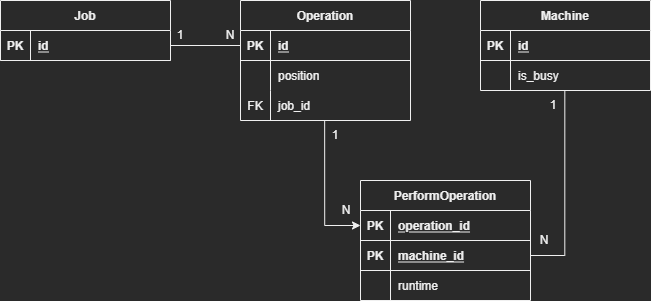
luispereira1999/fjsp keeps this draw.io diagram as docs/er-model.png. Above is the earlier version. Source tidied: cells renumbered, new cells last; positions are measured from the earlier drawing's top-left corner, leaving out a move shared by most shapes.
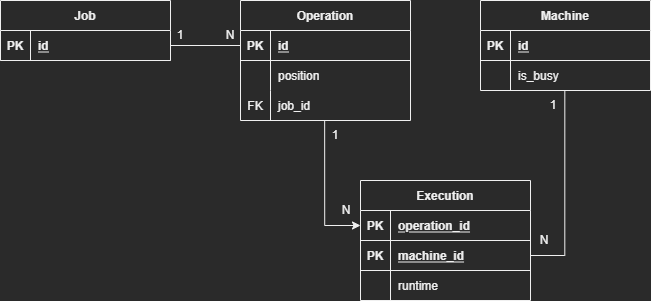
Above is the later version.

Diff of the diagram source:
```diff
@@ -76,7 +76,7 @@
     <mxCell id="25" value="is_busy" style="shape=partialRectangle;fillColor=none;top=0;left=0;bottom=0;right=0;align=left;spacingLeft=6;overflow=hidden;" parent="23" vertex="1">
       <mxGeometry x="30" width="140" height="30" as="geometry" />
     </mxCell>
-    <mxCell id="26" value="PerformOperation" style="shape=table;startSize=30;rowLines=0;fontStyle=1;align=center;" parent="1" vertex="1">
+    <mxCell id="26" value="Execution" style="shape=table;startSize=30;rowLines=0;fontStyle=1;align=center;" parent="1" vertex="1">
       <mxGeometry x="360" y="180" width="170" height="120" as="geometry" />
     </mxCell>
     <mxCell id="27" style="shape=tableRow;horizontal=0;startSize=0;swimlaneHead=0;swimlaneBody=0;fillColor=none;points=[[0,0.5],[1,0.5]];portConstraint=eastwest;top=0;left=0;right=0;bottom=1;" parent="26" vertex="1">
```
